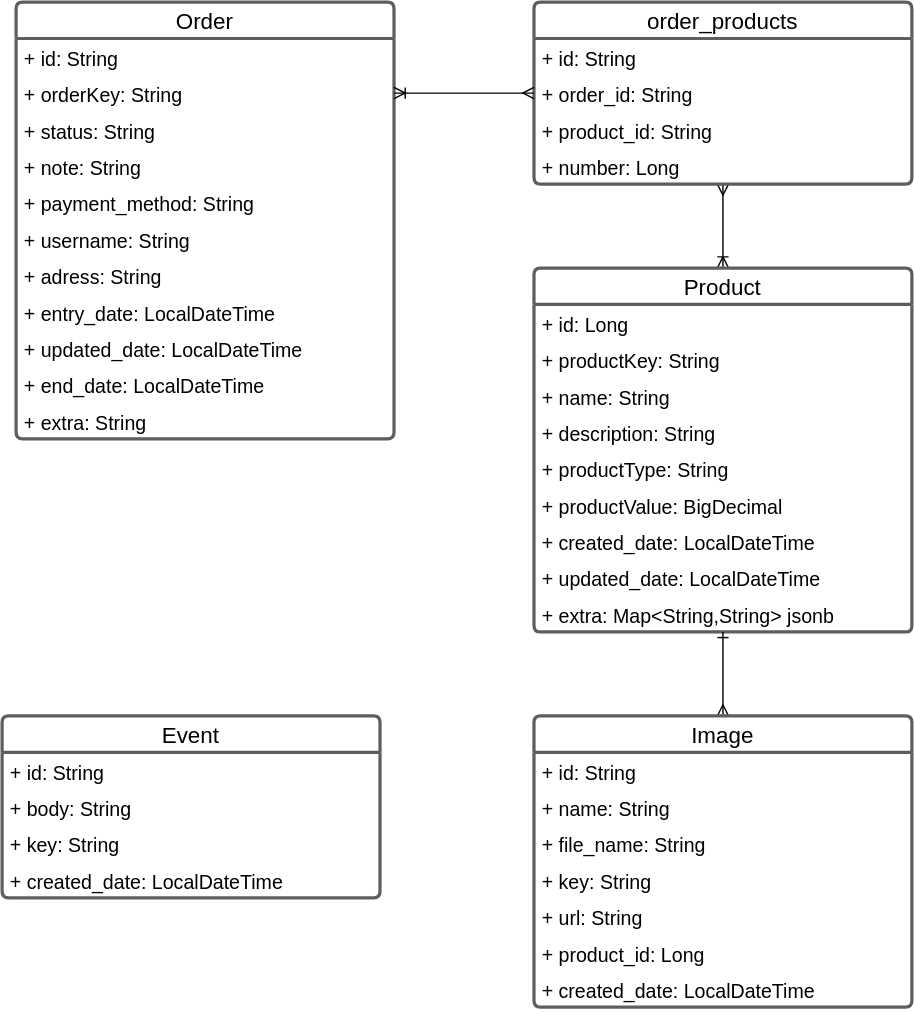
thalesmacena/delivery-service keeps this draw.io diagram as .github/schema.svg. Above is the earlier version. Source tidied: cells renumbered, new cells last; positions are measured from the earlier drawing's top-left corner, leaving out a move shared by most shapes.
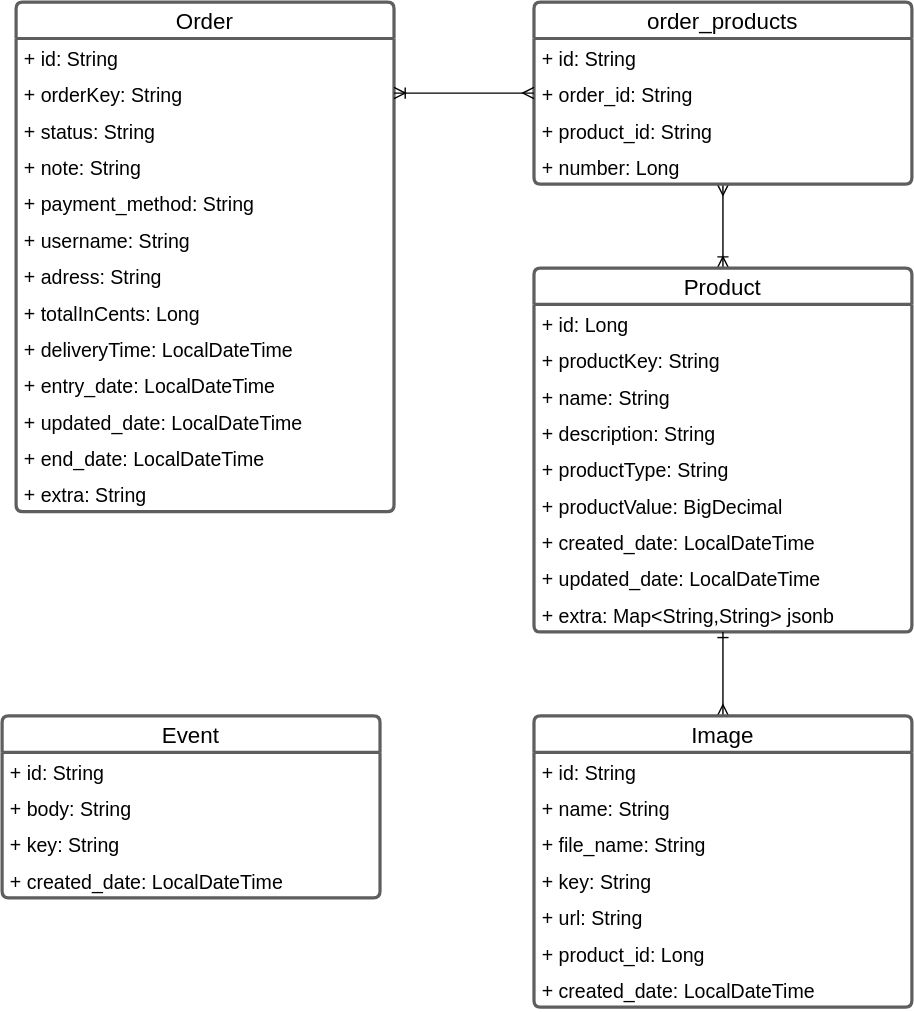
The same diagram one commit later.

The edit, as a diff of the source:
```diff
@@ -3,7 +3,7 @@
     <mxCell id="0" />
     <mxCell id="1" parent="0" />
     <mxCell id="2" value="Order" style="swimlane;fontStyle=0;horizontal=1;startSize=26;fillColor=default;swimlaneFillColor=#FFFFFF;strokeWidth=2.3;strokeColor=#5e5e5e;rounded=1;arcSize=6;fontSize=16;" parent="1" vertex="1">
-      <mxGeometry x="10" width="270" height="312" as="geometry" />
+      <mxGeometry x="10" width="270" height="364" as="geometry" />
     </mxCell>
     <mxCell id="3" value="+ id: String" style="text;strokeColor=none;fillColor=none;align=left;verticalAlign=top;spacingLeft=4;spacingRight=4;overflow=hidden;fontSize=14;" parent="2" vertex="1">
       <mxGeometry y="26" width="270" height="26" as="geometry" />
@@ -26,17 +26,23 @@
     <mxCell id="9" value="+ adress: String" style="text;strokeColor=none;fillColor=none;align=left;verticalAlign=top;spacingLeft=4;spacingRight=4;overflow=hidden;fontSize=14;" parent="2" vertex="1">
       <mxGeometry y="182" width="270" height="26" as="geometry" />
     </mxCell>
+    <mxCell id="45" value="+ totalInCents: Long" style="text;strokeColor=none;fillColor=none;align=left;verticalAlign=top;spacingLeft=4;spacingRight=4;overflow=hidden;fontSize=14;" parent="2" vertex="1">
+      <mxGeometry y="208" width="270" height="26" as="geometry" />
+    </mxCell>
+    <mxCell id="46" value="+ deliveryTime: LocalDateTime" style="text;strokeColor=none;fillColor=none;align=left;verticalAlign=top;spacingLeft=4;spacingRight=4;overflow=hidden;fontSize=14;" parent="2" vertex="1">
+      <mxGeometry y="234" width="270" height="26" as="geometry" />
+    </mxCell>
     <mxCell id="10" value="+ entry_date: LocalDateTime" style="text;strokeColor=none;fillColor=none;align=left;verticalAlign=top;spacingLeft=4;spacingRight=4;overflow=hidden;fontSize=14;" parent="2" vertex="1">
-      <mxGeometry y="208" width="270" height="26" as="geometry" />
+      <mxGeometry y="260" width="270" height="26" as="geometry" />
     </mxCell>
     <mxCell id="11" value="+ updated_date: LocalDateTime" style="text;strokeColor=none;fillColor=none;align=left;verticalAlign=top;spacingLeft=4;spacingRight=4;overflow=hidden;fontSize=14;" parent="2" vertex="1">
-      <mxGeometry y="234" width="270" height="26" as="geometry" />
+      <mxGeometry y="286" width="270" height="26" as="geometry" />
     </mxCell>
     <mxCell id="12" value="+ end_date: LocalDateTime" style="text;strokeColor=none;fillColor=none;align=left;verticalAlign=top;spacingLeft=4;spacingRight=4;overflow=hidden;fontSize=14;" parent="2" vertex="1">
-      <mxGeometry y="260" width="270" height="26" as="geometry" />
+      <mxGeometry y="312" width="270" height="26" as="geometry" />
     </mxCell>
     <mxCell id="13" value="+ extra: String" style="text;strokeColor=none;fillColor=none;align=left;verticalAlign=top;spacingLeft=4;spacingRight=4;overflow=hidden;fontSize=14;" parent="2" vertex="1">
-      <mxGeometry y="286" width="270" height="26" as="geometry" />
+      <mxGeometry y="338" width="270" height="26" as="geometry" />
     </mxCell>
     <mxCell id="14" style="edgeStyle=orthogonalEdgeStyle;rounded=0;jettySize=auto;html=1;entryX=0.5;entryY=0;entryDx=0;entryDy=0;fontSize=14;startArrow=ERmany;startFill=0;endArrow=ERoneToMany;endFill=0;" parent="1" edge="1" source="15" target="21">
       <mxGeometry relative="1" as="geometry" />
```
